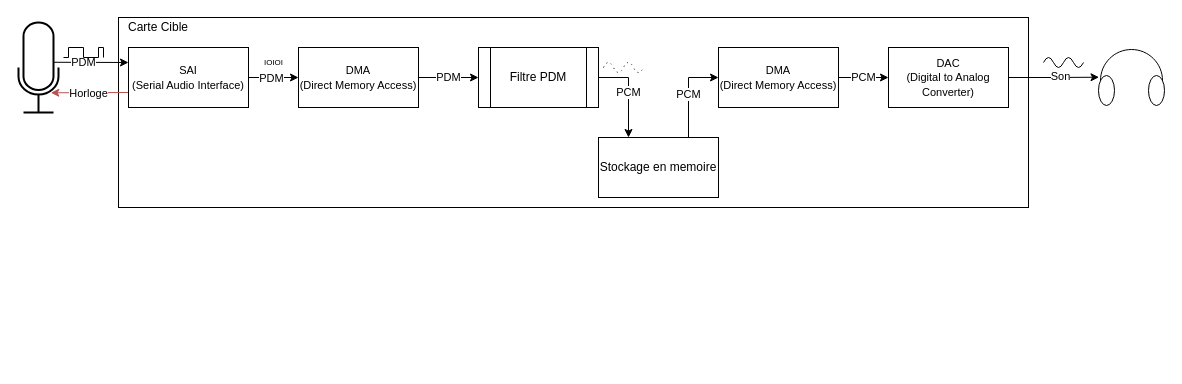
The draw.io diagram 00_Documentation/imgs/project_report/capture_chain.drawio in piwithy/stm32pdm, before the edit. Source tidied: cells renumbered, new cells numbered last; positions are measured from the earlier drawing's top-left corner, leaving out a move shared by most shapes. Both pictures are drawn from the tidied source at 100%, with x=0, y=0 at pixel (18, 17).
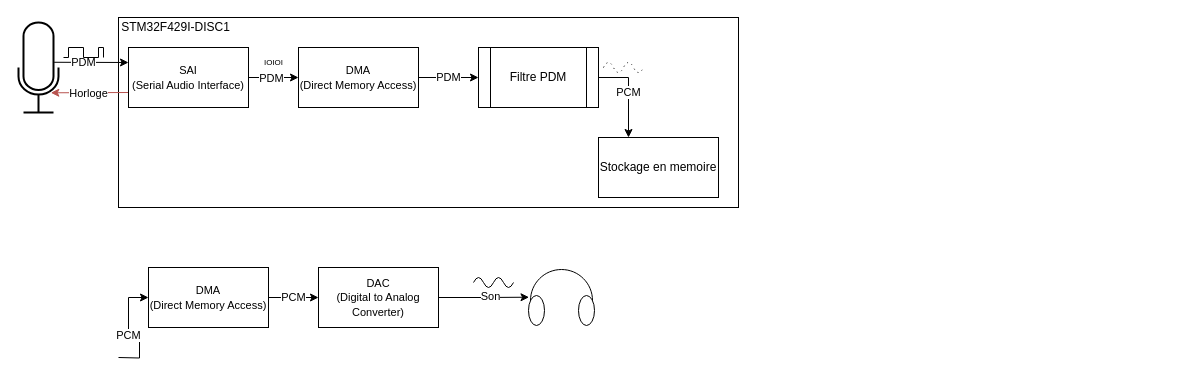
The same page after the edit.

The edit, as a diff of the source:
```diff
@@
     <mxCell id="3" style="rounded=0;whiteSpace=wrap;html=1;" parent="1" vertex="1">
-      <mxGeometry x="100" width="910" height="190" as="geometry" />
+      <mxGeometry x="100" width="620" height="190" as="geometry" />
     </mxCell>
@@
-    <mxCell id="9" value="Carte Cible" style="text;html=1;strokeColor=none;fillColor=none;align=center;verticalAlign=middle;whiteSpace=wrap;rounded=0;" parent="1" vertex="1">
-      <mxGeometry x="100" width="80" height="20" as="geometry" />
+    <mxCell id="9" value="STM32F429I-DISC1" style="text;html=1;strokeColor=none;fillColor=none;align=center;verticalAlign=middle;whiteSpace=wrap;rounded=0;" parent="1" vertex="1">
+      <mxGeometry x="100" width="115" height="20" as="geometry" />
     </mxCell>
@@
+    <mxCell id="25" value="Stockage en memoire" style="rounded=0;whiteSpace=wrap;html=1;" parent="1" vertex="1">
+      <mxGeometry x="580" y="120" width="120" height="60" as="geometry" />
+    </mxCell>
+    <mxCell id="27" style="endArrow=none;html=1;curved=1;dashed=1;dashPattern=1 4;" parent="1" edge="1">
+      <mxGeometry relative="1" as="geometry">
+        <mxPoint x="585" y="50" as="sourcePoint" />
+        <mxPoint x="625" y="50" as="targetPoint" />
+        <Array as="points">
+          <mxPoint x="590" y="40" />
+          <mxPoint x="600" y="60" />
+          <mxPoint x="610" y="40" />
+          <mxPoint x="620" y="60" />
+        </Array>
+      </mxGeometry>
+    </mxCell>
+    <mxCell id="28" value="IOIOI" style="text;html=1;strokeColor=none;fillColor=none;align=center;verticalAlign=middle;whiteSpace=wrap;rounded=0;fontSize=8;horizontal=1;labelPosition=center;verticalLabelPosition=middle;" parent="1" vertex="1">
+      <mxGeometry x="245" y="40" width="21" height="10" as="geometry" />
+    </mxCell>
@@
     <mxCell id="18" value="&lt;font style=&quot;font-size: 11px&quot;&gt;DMA&lt;br&gt;(Direct Memory Access)&lt;/font&gt;" style="rounded=0;whiteSpace=wrap;html=1;" parent="1" vertex="1">
-      <mxGeometry x="700" y="30" width="120" height="60" as="geometry" />
+      <mxGeometry x="130" y="250" width="120" height="60" as="geometry" />
     </mxCell>
-    <mxCell id="19" style="edgeStyle=orthogonalEdgeStyle;rounded=0;jettySize=auto;html=1;exitX=1;exitY=0.5;exitDx=0;exitDy=0;entryX=0.008;entryY=0.495;entryDx=0;entryDy=0;entryPerimeter=0;endArrow=classic;endFill=1;" parent="1" edge="1" source="21" target="22">
-      <mxGeometry relative="1" as="geometry" />
-    </mxCell>
+    <mxCell id="29" style="edgeStyle=orthogonalEdgeStyle;rounded=0;jettySize=auto;html=1;exitX=1;exitY=0.5;exitDx=0;exitDy=0;entryX=0.008;entryY=0.495;entryDx=0;entryDy=0;entryPerimeter=0;endArrow=classic;endFill=1;" parent="1" edge="1" source="21" target="30">
+      <mxGeometry relative="1" as="geometry" />
+    </mxCell>
-    <mxCell id="20" value="Son" style="edgeLabel;html=1;align=center;verticalAlign=middle;" parent="19" vertex="1">
+    <mxCell id="20" value="Son" style="edgeLabel;html=1;align=center;verticalAlign=middle;" parent="29" vertex="1">
       <mxGeometry x="0.14" y="1" relative="1" as="geometry" />
     </mxCell>
     <mxCell id="21" value="&lt;font style=&quot;font-size: 11px&quot;&gt;DAC&lt;br&gt;(Digital to Analog Converter)&lt;/font&gt;" style="rounded=0;whiteSpace=wrap;html=1;" parent="1" vertex="1">
-      <mxGeometry x="870" y="30" width="120" height="60" as="geometry" />
+      <mxGeometry x="300" y="250" width="120" height="60" as="geometry" />
     </mxCell>
-    <mxCell id="22" style="verticalLabelPosition=bottom;shadow=0;dashed=0;align=center;html=1;verticalAlign=top;shape=mxgraph.electrical.radio.headphones;" parent="1" vertex="1">
-      <mxGeometry x="1080" y="32" width="66" height="56" as="geometry" />
-    </mxCell>
-    <mxCell id="23" style="edgeStyle=orthogonalEdgeStyle;rounded=0;jettySize=auto;html=1;exitX=0.75;exitY=0;exitDx=0;exitDy=0;entryX=0;entryY=0.5;entryDx=0;entryDy=0;endArrow=classic;endFill=1;" parent="1" edge="1" source="25" target="18">
-      <mxGeometry relative="1" as="geometry" />
-    </mxCell>
+    <mxCell id="30" style="verticalLabelPosition=bottom;shadow=0;dashed=0;align=center;html=1;verticalAlign=top;shape=mxgraph.electrical.radio.headphones;" parent="1" vertex="1">
+      <mxGeometry x="510" y="252" width="66" height="56" as="geometry" />
+    </mxCell>
+    <mxCell id="31" style="edgeStyle=orthogonalEdgeStyle;rounded=0;jettySize=auto;html=1;exitX=0.75;exitY=0;exitDx=0;exitDy=0;entryX=0;entryY=0.5;entryDx=0;entryDy=0;endArrow=classic;endFill=1;" parent="1" edge="1" target="18">
+      <mxGeometry relative="1" as="geometry">
+        <mxPoint x="100" y="340" as="sourcePoint" />
+      </mxGeometry>
+    </mxCell>
-    <mxCell id="24" value="PCM" style="edgeLabel;html=1;align=center;verticalAlign=middle;" parent="23" vertex="1">
+    <mxCell id="24" value="PCM" style="edgeLabel;html=1;align=center;verticalAlign=middle;" parent="31" vertex="1">
       <mxGeometry x="-0.03" y="1" relative="1" as="geometry" />
     </mxCell>
-    <mxCell id="25" value="Stockage en memoire" style="rounded=0;whiteSpace=wrap;html=1;" parent="1" vertex="1">
-      <mxGeometry x="580" y="120" width="120" height="60" as="geometry" />
-    </mxCell>
-    <mxCell id="26" style="endArrow=none;html=1;curved=1;" parent="1" edge="1">
-      <mxGeometry relative="1" as="geometry">
-        <mxPoint x="1025" y="45" as="sourcePoint" />
-        <mxPoint x="1065" y="45" as="targetPoint" />
-        <Array as="points">
-          <mxPoint x="1030" y="35" />
-          <mxPoint x="1040" y="55" />
-          <mxPoint x="1050" y="35" />
-          <mxPoint x="1060" y="55" />
-        </Array>
-      </mxGeometry>
-    </mxCell>
-    <mxCell id="27" style="endArrow=none;html=1;curved=1;dashed=1;dashPattern=1 4;" parent="1" edge="1">
-      <mxGeometry relative="1" as="geometry">
-        <mxPoint x="585" y="50" as="sourcePoint" />
-        <mxPoint x="625" y="50" as="targetPoint" />
-        <Array as="points">
-          <mxPoint x="590" y="40" />
-          <mxPoint x="600" y="60" />
-          <mxPoint x="610" y="40" />
-          <mxPoint x="620" y="60" />
-        </Array>
-      </mxGeometry>
-    </mxCell>
-    <mxCell id="28" value="IOIOI" style="text;html=1;strokeColor=none;fillColor=none;align=center;verticalAlign=middle;whiteSpace=wrap;rounded=0;fontSize=8;horizontal=1;labelPosition=center;verticalLabelPosition=middle;" parent="1" vertex="1">
-      <mxGeometry x="245" y="40" width="21" height="10" as="geometry" />
-    </mxCell>
+    <mxCell id="32" style="endArrow=none;html=1;curved=1;" parent="1" edge="1">
+      <mxGeometry relative="1" as="geometry">
+        <mxPoint x="455" y="265" as="sourcePoint" />
+        <mxPoint x="495" y="265" as="targetPoint" />
+        <Array as="points">
+          <mxPoint x="460" y="255" />
+          <mxPoint x="470" y="275" />
+          <mxPoint x="480" y="255" />
+          <mxPoint x="490" y="275" />
+        </Array>
+      </mxGeometry>
+    </mxCell>
```
